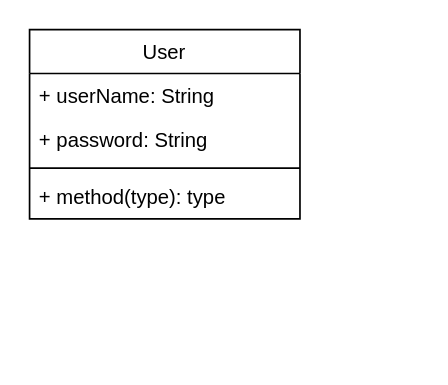
This is class1.drawio from Holy0343/Product1, a draw.io file, before an edit. Source tidied: cells renumbered, new cells numbered last; positions are measured from the earlier drawing's top-left corner, leaving out a move shared by most shapes. Both pictures are drawn from the tidied source at 169%, with x=0, y=0 at pixel (29, 29).
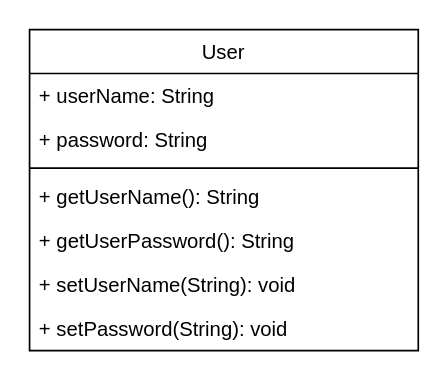
After the change.

Commit message (it also covers changes not shown here):
class1.drawio を更新します

The edit, as a diff of the source:
```diff
@@
 <mxGraphModel>
   <root>
     <mxCell id="0" />
     <mxCell id="1" parent="0" />
     <mxCell id="2" value="&lt;span style=&quot;font-weight: 400;&quot;&gt;User&lt;/span&gt;" style="swimlane;fontStyle=1;align=center;verticalAlign=top;horizontal=1;startSize=26;whiteSpace=wrap;html=1;" parent="1" vertex="1">
-      <mxGeometry width="160" height="112" as="geometry" />
+      <mxGeometry width="230" height="190" as="geometry" />
     </mxCell>
     <mxCell id="3" value="+ userName: String" style="text;strokeColor=none;fillColor=none;align=left;verticalAlign=top;spacingLeft=4;spacingRight=4;overflow=hidden;whiteSpace=wrap;html=1;" parent="2" vertex="1">
-      <mxGeometry y="26" width="160" height="26" as="geometry" />
+      <mxGeometry y="26" width="230" height="26" as="geometry" />
     </mxCell>
     <mxCell id="4" value="+ password: String&amp;nbsp;" style="text;strokeColor=none;fillColor=none;align=left;verticalAlign=top;spacingLeft=4;spacingRight=4;overflow=hidden;whiteSpace=wrap;html=1;" parent="2" vertex="1">
-      <mxGeometry y="52" width="160" height="26" as="geometry" />
+      <mxGeometry y="52" width="230" height="26" as="geometry" />
     </mxCell>
     <mxCell id="5" style="line;strokeWidth=1;fillColor=none;align=left;verticalAlign=middle;spacingTop=-1;spacingLeft=3;spacingRight=3;labelPosition=right;strokeColor=inherit;" parent="2" vertex="1">
-      <mxGeometry y="78" width="160" height="8" as="geometry" />
+      <mxGeometry y="78" width="230" height="8" as="geometry" />
     </mxCell>
-    <mxCell id="6" value="+ method(type): type" style="text;strokeColor=none;fillColor=none;align=left;verticalAlign=top;spacingLeft=4;spacingRight=4;overflow=hidden;whiteSpace=wrap;html=1;" parent="2" vertex="1">
-      <mxGeometry y="86" width="160" height="26" as="geometry" />
+    <mxCell id="6" value="+ getUserName(): String" style="text;strokeColor=none;fillColor=none;align=left;verticalAlign=top;spacingLeft=4;spacingRight=4;overflow=hidden;whiteSpace=wrap;html=1;" parent="2" vertex="1">
+      <mxGeometry y="86" width="230" height="26" as="geometry" />
     </mxCell>
+    <mxCell id="7" value="+ getUserPassword(): String" style="text;strokeColor=none;fillColor=none;align=left;verticalAlign=top;spacingLeft=4;spacingRight=4;overflow=hidden;whiteSpace=wrap;html=1;" parent="2" vertex="1">
+      <mxGeometry y="112" width="230" height="26" as="geometry" />
+    </mxCell>
+    <mxCell id="8" value="+ setUserName(String): void" style="text;strokeColor=none;fillColor=none;align=left;verticalAlign=top;spacingLeft=4;spacingRight=4;overflow=hidden;whiteSpace=wrap;html=1;" parent="2" vertex="1">
+      <mxGeometry y="138" width="230" height="26" as="geometry" />
+    </mxCell>
+    <mxCell id="9" value="+ setPassword(String): void" style="text;strokeColor=none;fillColor=none;align=left;verticalAlign=top;spacingLeft=4;spacingRight=4;overflow=hidden;whiteSpace=wrap;html=1;" parent="2" vertex="1">
+      <mxGeometry y="164" width="230" height="26" as="geometry" />
+    </mxCell>
   </root>
 </mxGraphModel>
```
